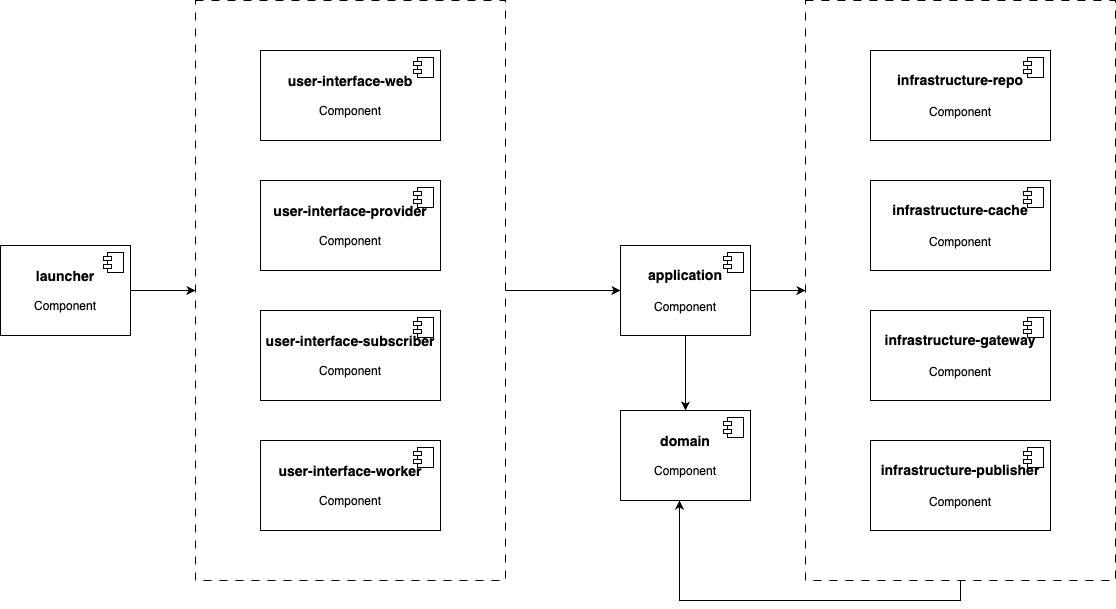
Before: assets/ddd-layout.png, a diagram exported from draw.io (hedon-go-road/ddd-archetype-go). Source tidied: cells renumbered, new cells last; positions are measured from the earlier drawing's top-left corner, leaving out a move shared by most shapes.
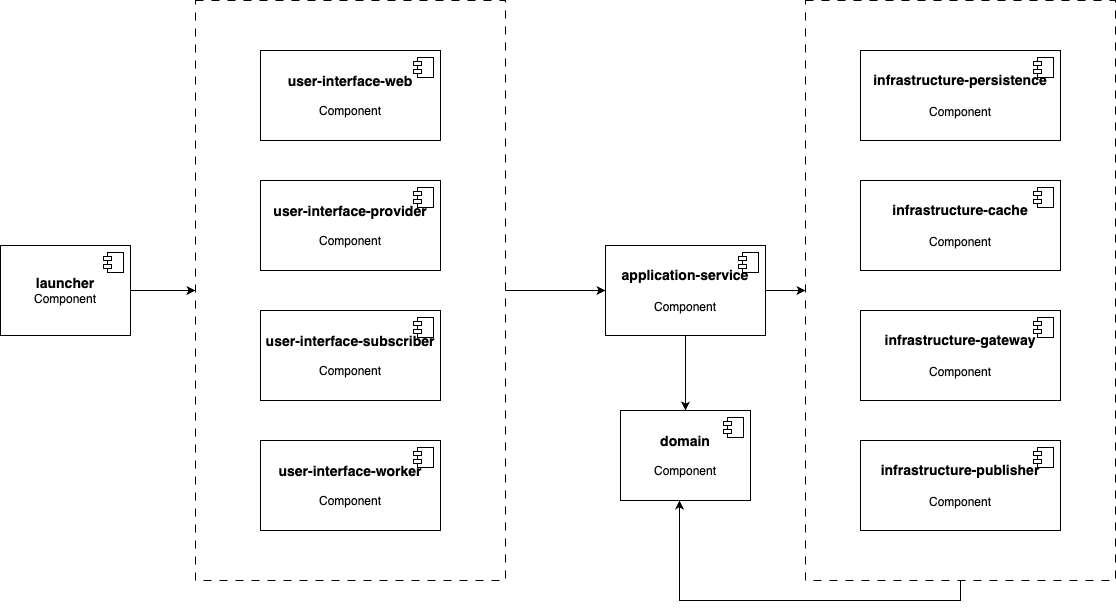
Later version of the same file.

Commit message:
doc(readme): update ddd-layout picture

Change to the diagram source:
```diff
@@ -2,6 +2,9 @@
   <root>
     <mxCell id="0" />
     <mxCell id="1" parent="0" />
+    <mxCell id="29" style="rounded=0;whiteSpace=wrap;html=1;fillColor=none;dashed=1;dashPattern=8 8;" parent="1" vertex="1">
+      <mxGeometry x="805" width="310" height="580" as="geometry" />
+    </mxCell>
     <mxCell id="2" style="edgeStyle=orthogonalEdgeStyle;rounded=0;jettySize=auto;html=1;" parent="1" edge="1" source="3" target="17">
       <mxGeometry relative="1" as="geometry" />
     </mxCell>
@@ -11,7 +14,7 @@
     <mxCell id="4" style="edgeStyle=orthogonalEdgeStyle;rounded=0;jettySize=auto;html=1;" parent="1" edge="1" source="5" target="3">
       <mxGeometry relative="1" as="geometry" />
     </mxCell>
-    <mxCell id="5" value="&lt;div&gt;&lt;b&gt;&lt;font style=&quot;font-size: 14px;&quot;&gt;launcher&lt;/font&gt;&lt;/b&gt;&lt;/div&gt;&lt;div&gt;&lt;b&gt;&lt;br&gt;&lt;/b&gt;&lt;/div&gt;Component" style="html=1;whiteSpace=wrap;" parent="1" vertex="1">
+    <mxCell id="5" value="&lt;div&gt;&lt;b&gt;&lt;font style=&quot;font-size: 14px;&quot;&gt;launcher&lt;/font&gt;&lt;/b&gt;&lt;/div&gt;Component" style="html=1;whiteSpace=wrap;" parent="1" vertex="1">
       <mxGeometry y="245" width="130" height="90" as="geometry" />
     </mxCell>
     <mxCell id="6" style="shape=module;jettyWidth=8;jettyHeight=4;" parent="5" vertex="1">
@@ -57,8 +60,8 @@
     <mxCell id="16" style="edgeStyle=orthogonalEdgeStyle;rounded=0;jettySize=auto;html=1;entryX=0.5;entryY=0;entryDx=0;entryDy=0;" parent="1" edge="1" source="17" target="19">
       <mxGeometry relative="1" as="geometry" />
     </mxCell>
-    <mxCell id="17" value="&lt;div&gt;&lt;span style=&quot;font-size: 14px;&quot;&gt;&lt;b&gt;application&lt;/b&gt;&lt;/span&gt;&lt;/div&gt;&lt;div&gt;&lt;span style=&quot;font-size: 14px;&quot;&gt;&lt;b&gt;&lt;br&gt;&lt;/b&gt;&lt;/span&gt;&lt;/div&gt;Component" style="html=1;whiteSpace=wrap;" parent="1" vertex="1">
-      <mxGeometry x="620" y="245" width="130" height="90" as="geometry" />
+    <mxCell id="17" value="&lt;div&gt;&lt;span style=&quot;font-size: 14px;&quot;&gt;&lt;b&gt;application-service&lt;/b&gt;&lt;/span&gt;&lt;/div&gt;&lt;div&gt;&lt;span style=&quot;font-size: 14px;&quot;&gt;&lt;b&gt;&lt;br&gt;&lt;/b&gt;&lt;/span&gt;&lt;/div&gt;Component" style="html=1;whiteSpace=wrap;" parent="1" vertex="1">
+      <mxGeometry x="605" y="245" width="160" height="90" as="geometry" />
     </mxCell>
     <mxCell id="18" style="shape=module;jettyWidth=8;jettyHeight=4;" parent="17" vertex="1">
       <mxGeometry x="1" width="20" height="20" relative="1" as="geometry">
@@ -73,8 +76,8 @@
         <mxPoint x="-27" y="7" as="offset" />
       </mxGeometry>
     </mxCell>
-    <mxCell id="21" value="&lt;div&gt;&lt;span style=&quot;font-size: 14px;&quot;&gt;&lt;b&gt;infrastructure-repo&lt;/b&gt;&lt;/span&gt;&lt;/div&gt;&lt;div&gt;&lt;span style=&quot;font-size: 14px;&quot;&gt;&lt;b&gt;&lt;br&gt;&lt;/b&gt;&lt;/span&gt;&lt;/div&gt;Component" style="html=1;whiteSpace=wrap;" parent="1" vertex="1">
-      <mxGeometry x="870" y="50" width="180" height="90" as="geometry" />
+    <mxCell id="21" value="&lt;div&gt;&lt;span style=&quot;font-size: 14px;&quot;&gt;&lt;b&gt;infrastructure-persistence&lt;/b&gt;&lt;/span&gt;&lt;/div&gt;&lt;div&gt;&lt;span style=&quot;font-size: 14px;&quot;&gt;&lt;b&gt;&lt;br&gt;&lt;/b&gt;&lt;/span&gt;&lt;/div&gt;Component" style="html=1;whiteSpace=wrap;" parent="1" vertex="1">
+      <mxGeometry x="860" y="50" width="200" height="90" as="geometry" />
     </mxCell>
     <mxCell id="22" style="shape=module;jettyWidth=8;jettyHeight=4;" parent="21" vertex="1">
       <mxGeometry x="1" width="20" height="20" relative="1" as="geometry">
@@ -82,7 +85,7 @@
       </mxGeometry>
     </mxCell>
     <mxCell id="23" value="&lt;div&gt;&lt;span style=&quot;font-size: 14px;&quot;&gt;&lt;b&gt;infrastructure-gateway&lt;/b&gt;&lt;/span&gt;&lt;/div&gt;&lt;div&gt;&lt;span style=&quot;font-size: 14px;&quot;&gt;&lt;b&gt;&lt;br&gt;&lt;/b&gt;&lt;/span&gt;&lt;/div&gt;Component" style="html=1;whiteSpace=wrap;" parent="1" vertex="1">
-      <mxGeometry x="870" y="310" width="180" height="90" as="geometry" />
+      <mxGeometry x="860" y="310" width="200" height="90" as="geometry" />
     </mxCell>
     <mxCell id="24" style="shape=module;jettyWidth=8;jettyHeight=4;" parent="23" vertex="1">
       <mxGeometry x="1" width="20" height="20" relative="1" as="geometry">
@@ -90,7 +93,7 @@
       </mxGeometry>
     </mxCell>
     <mxCell id="25" value="&lt;div&gt;&lt;span style=&quot;font-size: 14px;&quot;&gt;&lt;b&gt;infrastructure-cache&lt;/b&gt;&lt;/span&gt;&lt;/div&gt;&lt;div&gt;&lt;span style=&quot;font-size: 14px;&quot;&gt;&lt;b&gt;&lt;br&gt;&lt;/b&gt;&lt;/span&gt;&lt;/div&gt;Component" style="html=1;whiteSpace=wrap;" parent="1" vertex="1">
-      <mxGeometry x="870" y="180" width="180" height="90" as="geometry" />
+      <mxGeometry x="860" y="180" width="200" height="90" as="geometry" />
     </mxCell>
     <mxCell id="26" style="shape=module;jettyWidth=8;jettyHeight=4;" parent="25" vertex="1">
       <mxGeometry x="1" width="20" height="20" relative="1" as="geometry">
@@ -98,16 +101,13 @@
       </mxGeometry>
     </mxCell>
     <mxCell id="27" value="&lt;div&gt;&lt;span style=&quot;font-size: 14px;&quot;&gt;&lt;b&gt;infrastructure-publisher&lt;/b&gt;&lt;/span&gt;&lt;/div&gt;&lt;div&gt;&lt;span style=&quot;font-size: 14px;&quot;&gt;&lt;b&gt;&lt;br&gt;&lt;/b&gt;&lt;/span&gt;&lt;/div&gt;Component" style="html=1;whiteSpace=wrap;" parent="1" vertex="1">
-      <mxGeometry x="870" y="440" width="180" height="90" as="geometry" />
+      <mxGeometry x="860" y="440" width="200" height="90" as="geometry" />
     </mxCell>
     <mxCell id="28" style="shape=module;jettyWidth=8;jettyHeight=4;" parent="27" vertex="1">
       <mxGeometry x="1" width="20" height="20" relative="1" as="geometry">
         <mxPoint x="-27" y="7" as="offset" />
       </mxGeometry>
     </mxCell>
-    <mxCell id="29" style="rounded=0;whiteSpace=wrap;html=1;fillColor=none;dashed=1;dashPattern=8 8;" parent="1" vertex="1">
-      <mxGeometry x="805" width="310" height="580" as="geometry" />
-    </mxCell>
     <mxCell id="30" style="edgeStyle=orthogonalEdgeStyle;rounded=0;jettySize=auto;html=1;entryX=0.454;entryY=1;entryDx=0;entryDy=0;entryPerimeter=0;" parent="1" edge="1" source="29" target="19">
       <mxGeometry relative="1" as="geometry">
         <Array as="points">
```
